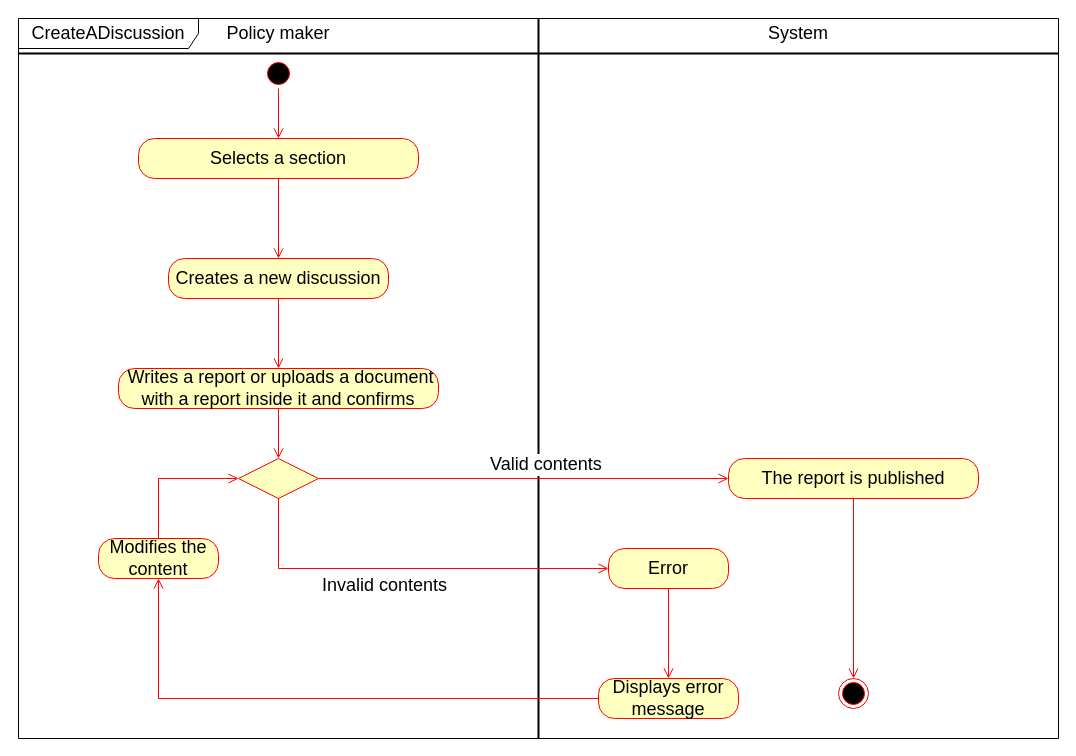
Before: page "CreateADiscussion" (4 of 9) of Use cases diagram/PolicyMaker.drawio in matteovisotto/SE2-CecchettoSirianiVisotto, a draw.io diagram. Source tidied: cells renumbered, new cells numbered last; positions are measured from the earlier drawing's top-left corner, leaving out a move shared by most shapes. Both pictures are drawn from the tidied source at 100%, with x=0, y=0 at pixel (18, 18).
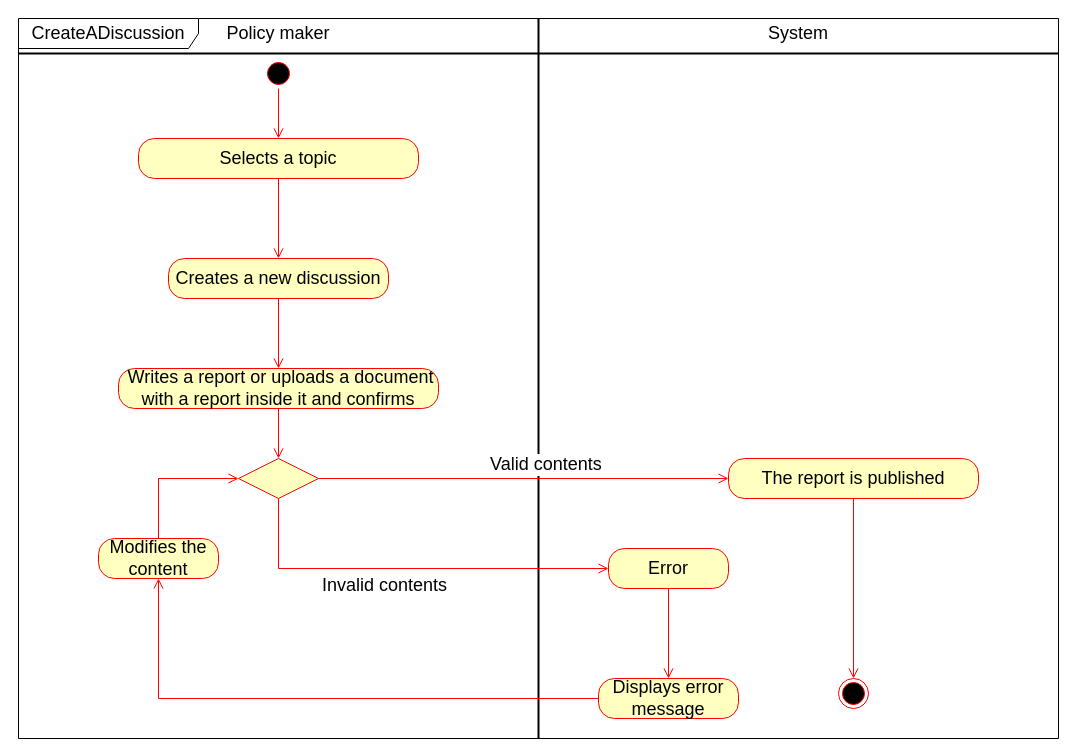
The same diagram, later.

Diff of the diagram source:
```diff
@@
-    <mxCell id="21" value="&lt;font style=&quot;font-size: 18px&quot;&gt;Selects a section&lt;/font&gt;" style="rounded=1;whiteSpace=wrap;html=1;arcSize=40;fontColor=#000000;fillColor=#ffffc0;strokeColor=#ff0000;" parent="1" vertex="1">
+    <mxCell id="21" value="&lt;font style=&quot;font-size: 18px&quot;&gt;Selects a topic&lt;/font&gt;" style="rounded=1;whiteSpace=wrap;html=1;arcSize=40;fontColor=#000000;fillColor=#ffffc0;strokeColor=#ff0000;" parent="1" vertex="1">
       <mxGeometry x="120" y="120" width="280" height="40" as="geometry" />
     </mxCell>
```
